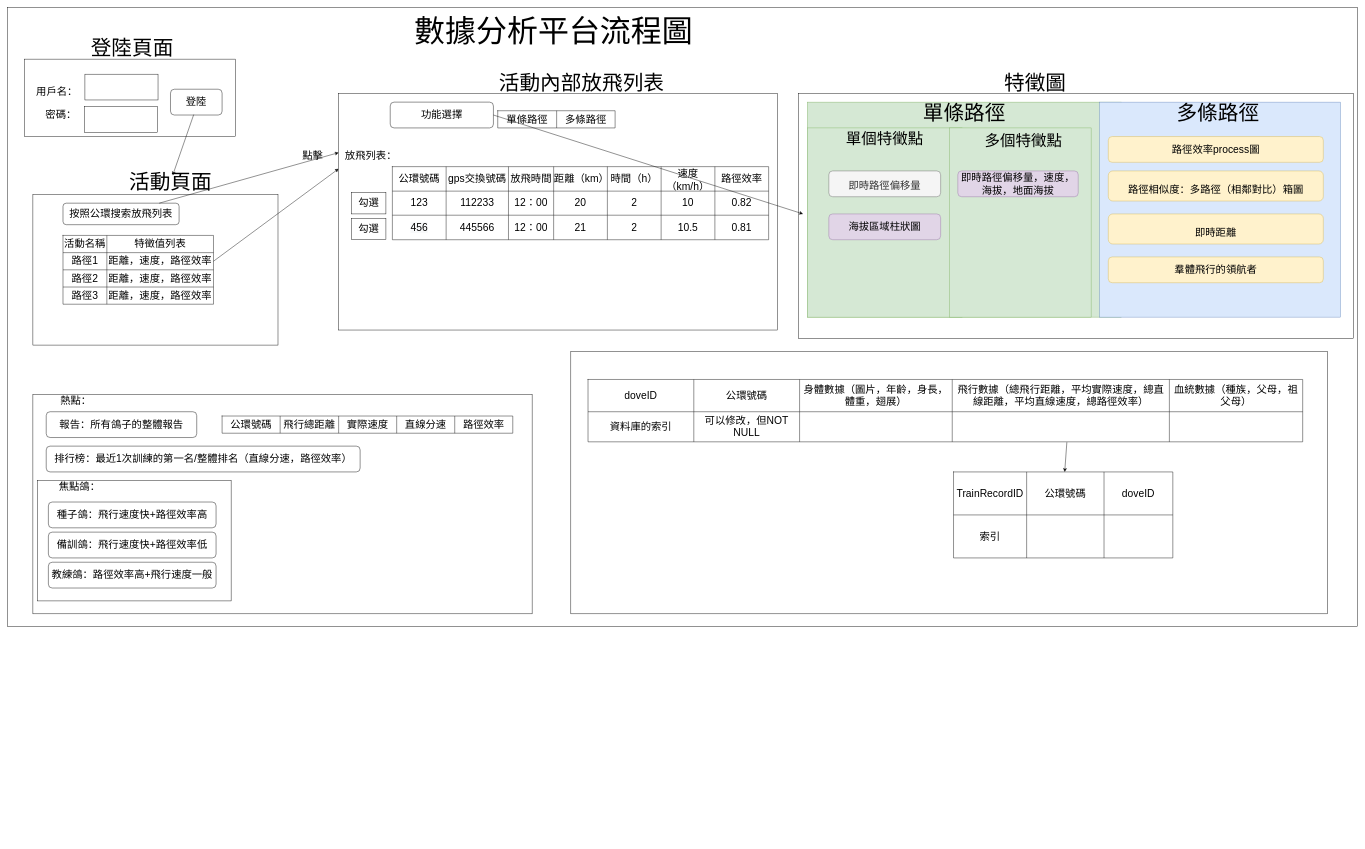
pengzhen80/PigeonRace keeps this draw.io diagram as page "數據分析平台-流程圖" (10 of 18) of gpsDataAnalysisFunctionDesion.drawio. Above is the earlier version. Source tidied: cells renumbered, new cells numbered last; positions are measured from the earlier drawing's top-left corner, leaving out a move shared by most shapes. Both pictures are drawn from the tidied source at 43%, with x=0, y=0 at pixel (7, 7).
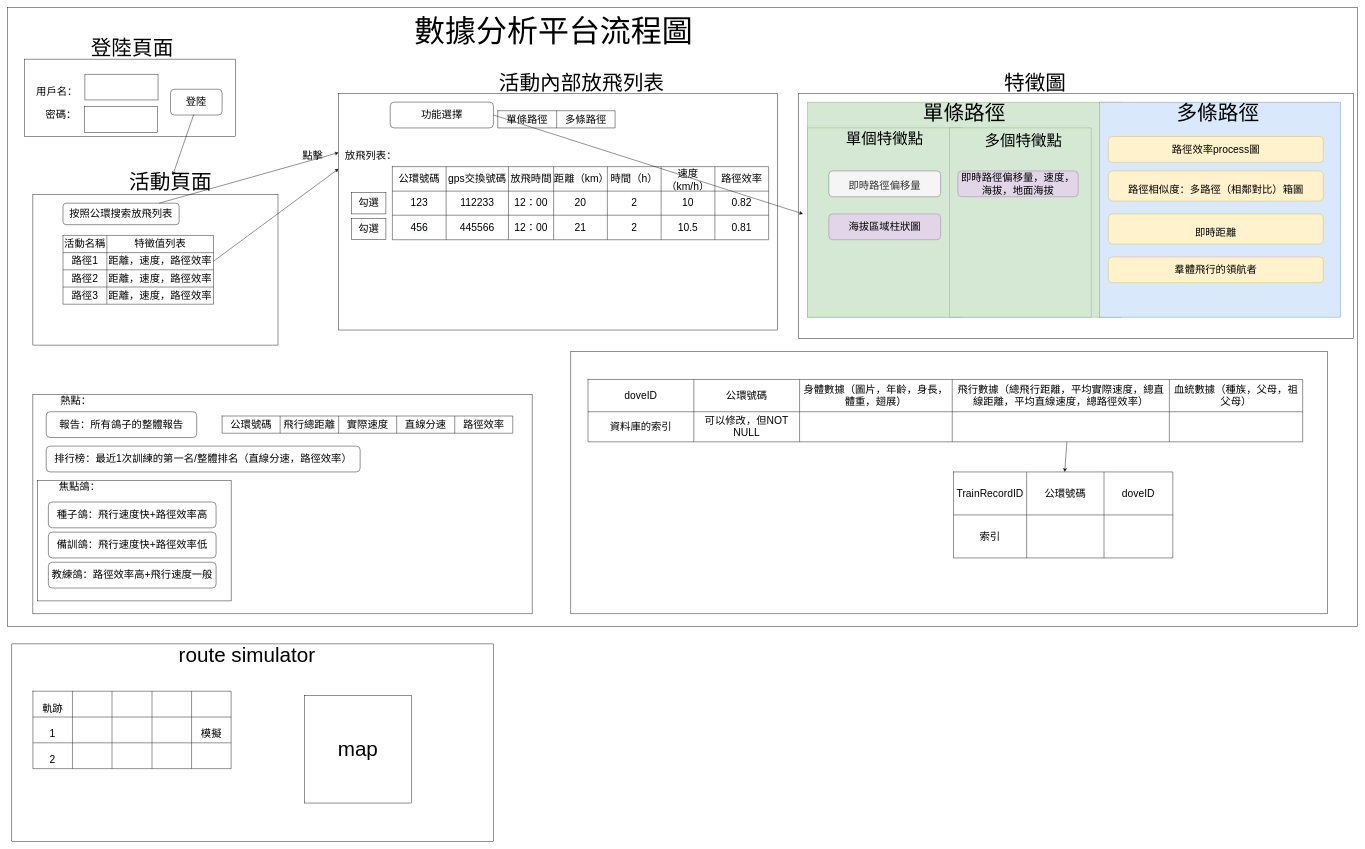
The same diagram, later.

What changed in the source:
```diff
@@
+    <mxCell id="124" style="rounded=0;whiteSpace=wrap;html=1;" parent="1" vertex="1">
+      <mxGeometry x="10" y="1480" width="1120" height="460" as="geometry" />
+    </mxCell>
+    <mxCell id="125" value="&lt;font style=&quot;font-size: 48px;&quot;&gt;route simulator&lt;/font&gt;" style="text;html=1;strokeColor=none;fillColor=none;align=center;verticalAlign=middle;whiteSpace=wrap;rounded=0;" parent="1" vertex="1">
+      <mxGeometry x="357" y="1490" width="400" height="30" as="geometry" />
+    </mxCell>
+    <mxCell id="126" value="map" style="whiteSpace=wrap;html=1;fontSize=48;" parent="1" vertex="1">
+      <mxGeometry x="690" y="1600" width="250" height="250" as="geometry" />
+    </mxCell>
+    <mxCell id="127" style="shape=table;startSize=0;childLayout=tableLayout;fontSize=48;" parent="1" vertex="1">
+      <mxGeometry x="59" y="1590" width="461" height="180" as="geometry" />
+    </mxCell>
+    <mxCell id="128" style="shape=tableRow;horizontal=0;startSize=0;swimlaneHead=0;swimlaneBody=0;top=0;left=0;bottom=0;right=0;fillColor=none;fontSize=48;" parent="127" vertex="1">
+      <mxGeometry width="461" height="60" as="geometry" />
+    </mxCell>
+    <mxCell id="129" value="&lt;font style=&quot;font-size: 24px;&quot;&gt;軌跡&lt;/font&gt;" style="shape=partialRectangle;html=1;whiteSpace=wrap;overflow=hidden;fillColor=none;top=0;left=0;bottom=0;right=0;fontSize=48;" parent="128" vertex="1">
+      <mxGeometry width="92" height="60" as="geometry" />
+    </mxCell>
+    <mxCell id="130" style="shape=partialRectangle;html=1;whiteSpace=wrap;overflow=hidden;fillColor=none;top=0;left=0;bottom=0;right=0;fontSize=48;" parent="128" vertex="1">
+      <mxGeometry x="92" width="92" height="60" as="geometry" />
+    </mxCell>
+    <mxCell id="131" style="shape=partialRectangle;html=1;whiteSpace=wrap;overflow=hidden;fillColor=none;top=0;left=0;bottom=0;right=0;fontSize=48;" parent="128" vertex="1">
+      <mxGeometry x="184" width="93" height="60" as="geometry" />
+    </mxCell>
+    <mxCell id="132" style="shape=partialRectangle;html=1;whiteSpace=wrap;overflow=hidden;fillColor=none;top=0;left=0;bottom=0;right=0;fontSize=48;" parent="128" vertex="1">
+      <mxGeometry x="277" width="92" height="60" as="geometry" />
+    </mxCell>
+    <mxCell id="133" style="shape=partialRectangle;html=1;whiteSpace=wrap;overflow=hidden;fillColor=none;top=0;left=0;bottom=0;right=0;fontSize=48;" parent="128" vertex="1">
+      <mxGeometry x="369" width="92" height="60" as="geometry" />
+    </mxCell>
+    <mxCell id="134" style="shape=tableRow;horizontal=0;startSize=0;swimlaneHead=0;swimlaneBody=0;top=0;left=0;bottom=0;right=0;fillColor=none;fontSize=48;" parent="127" vertex="1">
+      <mxGeometry y="60" width="461" height="60" as="geometry" />
+    </mxCell>
+    <mxCell id="135" value="&lt;font style=&quot;font-size: 24px;&quot;&gt;1&lt;/font&gt;" style="shape=partialRectangle;html=1;whiteSpace=wrap;overflow=hidden;fillColor=none;top=0;left=0;bottom=0;right=0;fontSize=48;" parent="134" vertex="1">
+      <mxGeometry width="92" height="60" as="geometry" />
+    </mxCell>
+    <mxCell id="136" style="shape=partialRectangle;html=1;whiteSpace=wrap;overflow=hidden;fillColor=none;top=0;left=0;bottom=0;right=0;fontSize=48;" parent="134" vertex="1">
+      <mxGeometry x="92" width="92" height="60" as="geometry" />
+    </mxCell>
+    <mxCell id="137" style="shape=partialRectangle;html=1;whiteSpace=wrap;overflow=hidden;fillColor=none;top=0;left=0;bottom=0;right=0;fontSize=48;" parent="134" vertex="1">
+      <mxGeometry x="184" width="93" height="60" as="geometry" />
+    </mxCell>
+    <mxCell id="138" style="shape=partialRectangle;html=1;whiteSpace=wrap;overflow=hidden;fillColor=none;top=0;left=0;bottom=0;right=0;fontSize=48;" parent="134" vertex="1">
+      <mxGeometry x="277" width="92" height="60" as="geometry" />
+    </mxCell>
+    <mxCell id="139" value="&lt;font style=&quot;font-size: 24px;&quot;&gt;模擬&lt;/font&gt;" style="shape=partialRectangle;html=1;whiteSpace=wrap;overflow=hidden;fillColor=none;top=0;left=0;bottom=0;right=0;fontSize=48;" parent="134" vertex="1">
+      <mxGeometry x="369" width="92" height="60" as="geometry" />
+    </mxCell>
+    <mxCell id="140" style="shape=tableRow;horizontal=0;startSize=0;swimlaneHead=0;swimlaneBody=0;top=0;left=0;bottom=0;right=0;fillColor=none;fontSize=48;" parent="127" vertex="1">
+      <mxGeometry y="120" width="461" height="60" as="geometry" />
+    </mxCell>
+    <mxCell id="141" value="&lt;font style=&quot;font-size: 24px;&quot;&gt;2&lt;/font&gt;" style="shape=partialRectangle;html=1;whiteSpace=wrap;overflow=hidden;fillColor=none;top=0;left=0;bottom=0;right=0;fontSize=48;" parent="140" vertex="1">
+      <mxGeometry width="92" height="60" as="geometry" />
+    </mxCell>
+    <mxCell id="142" style="shape=partialRectangle;html=1;whiteSpace=wrap;overflow=hidden;fillColor=none;top=0;left=0;bottom=0;right=0;fontSize=48;" parent="140" vertex="1">
+      <mxGeometry x="92" width="92" height="60" as="geometry" />
+    </mxCell>
+    <mxCell id="143" style="shape=partialRectangle;html=1;whiteSpace=wrap;overflow=hidden;fillColor=none;top=0;left=0;bottom=0;right=0;fontSize=48;" parent="140" vertex="1">
+      <mxGeometry x="184" width="93" height="60" as="geometry" />
+    </mxCell>
+    <mxCell id="144" style="shape=partialRectangle;html=1;whiteSpace=wrap;overflow=hidden;fillColor=none;top=0;left=0;bottom=0;right=0;fontSize=48;" parent="140" vertex="1">
+      <mxGeometry x="277" width="92" height="60" as="geometry" />
+    </mxCell>
+    <mxCell id="145" style="shape=partialRectangle;html=1;whiteSpace=wrap;overflow=hidden;fillColor=none;top=0;left=0;bottom=0;right=0;fontSize=48;" parent="140" vertex="1">
+      <mxGeometry x="369" width="92" height="60" as="geometry" />
+    </mxCell>
```
